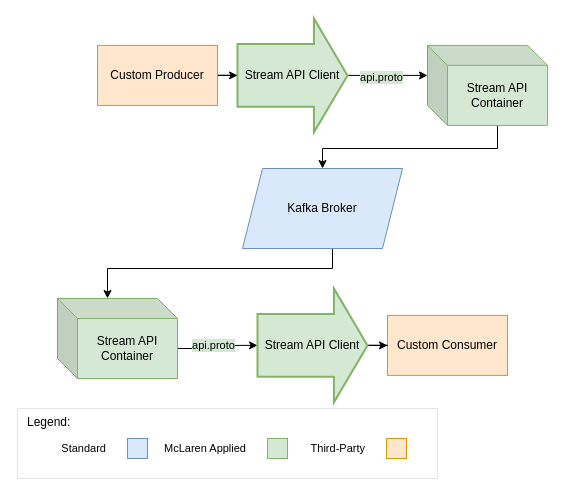
This is docs/open_streaming_architecture/assets/stream_architecture.drawio from mat-docs/SECU4.Site, a draw.io file, before an edit. Source tidied: cells renumbered, new cells numbered last; positions are measured from the earlier drawing's top-left corner, leaving out a move shared by most shapes. Both pictures are drawn from the tidied source at 100%, with x=0, y=0 at pixel (17, 18).
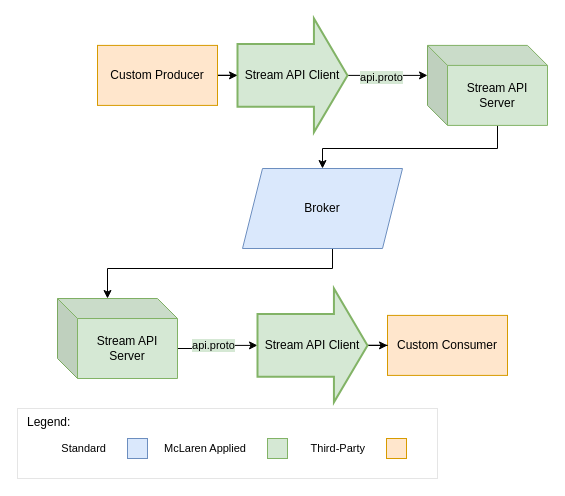
The same diagram, later.

Commit message (it also covers changes not shown here):
Rename Stream Api Container to Stream Api Server

What changed in the source:
```diff
@@
-    <mxCell id="3" value="Kafka Broker" style="shape=parallelogram;perimeter=parallelogramPerimeter;whiteSpace=wrap;html=1;fixedSize=1;fillColor=#dae8fc;strokeColor=#6c8ebf;" parent="1" vertex="1">
+    <mxCell id="3" value="Broker" style="shape=parallelogram;perimeter=parallelogramPerimeter;whiteSpace=wrap;html=1;fixedSize=1;fillColor=#dae8fc;strokeColor=#6c8ebf;" parent="1" vertex="1">
       <mxGeometry x="225" y="150" width="160" height="80" as="geometry" />
     </mxCell>
@@
-    <mxCell id="15" value="Stream API Container" style="shape=cube;whiteSpace=wrap;html=1;boundedLbl=1;backgroundOutline=1;darkOpacity=0.05;darkOpacity2=0.1;fillColor=#d5e8d4;strokeColor=#82b366;" parent="1" vertex="1">
+    <mxCell id="15" value="Stream API Server" style="shape=cube;whiteSpace=wrap;html=1;boundedLbl=1;backgroundOutline=1;darkOpacity=0.05;darkOpacity2=0.1;fillColor=#d5e8d4;strokeColor=#82b366;" parent="1" vertex="1">
       <mxGeometry x="410" y="26.9" width="120" height="80" as="geometry" />
     </mxCell>
-    <mxCell id="16" value="Stream API Container" style="shape=cube;whiteSpace=wrap;html=1;boundedLbl=1;backgroundOutline=1;darkOpacity=0.05;darkOpacity2=0.1;fillColor=#d5e8d4;strokeColor=#82b366;" parent="1" vertex="1">
+    <mxCell id="16" value="Stream API Server" style="shape=cube;whiteSpace=wrap;html=1;boundedLbl=1;backgroundOutline=1;darkOpacity=0.05;darkOpacity2=0.1;fillColor=#d5e8d4;strokeColor=#82b366;" parent="1" vertex="1">
       <mxGeometry x="40" y="280" width="120" height="80" as="geometry" />
     </mxCell>
```
